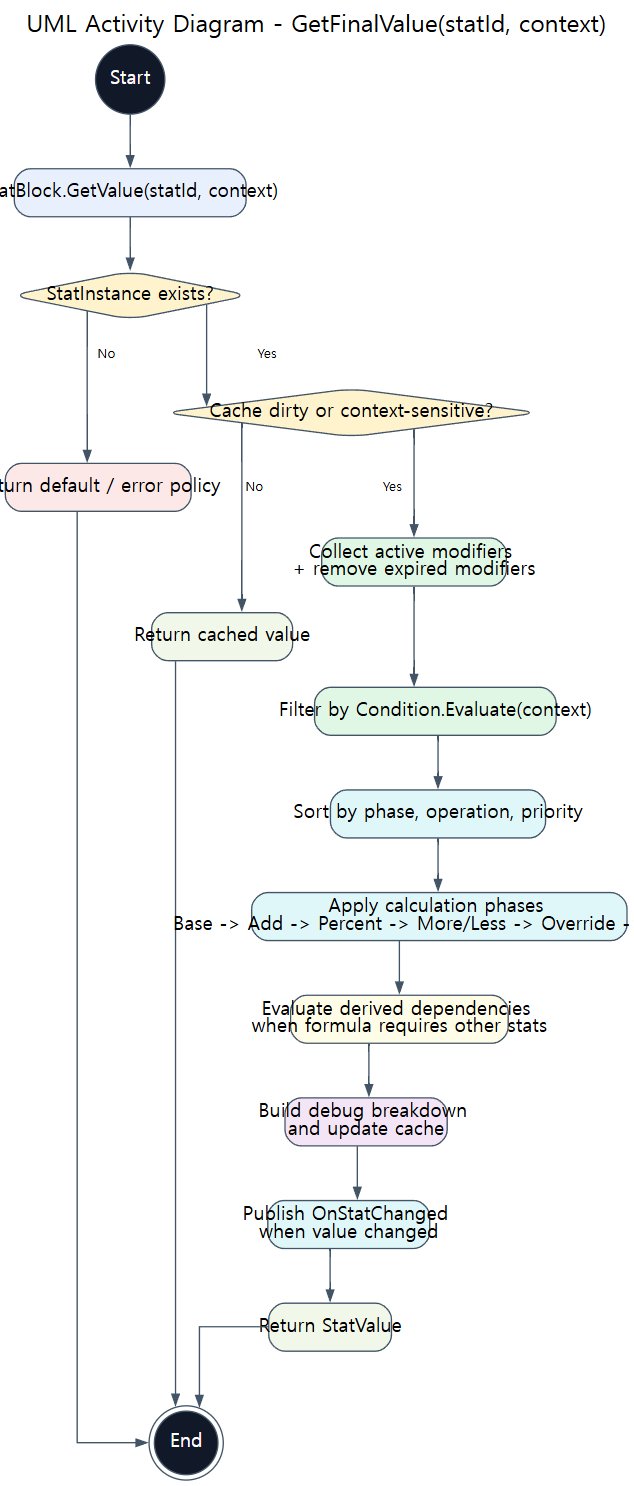
JY-LemongO/game-system-framework-knowledge-site keeps this Graphviz diagram as assets/diagrams/04_calculation_activity_diagram.png. Above is the earlier version. Its source is kept beside it as source/diagrams/04_calculation_activity_diagram.dot.
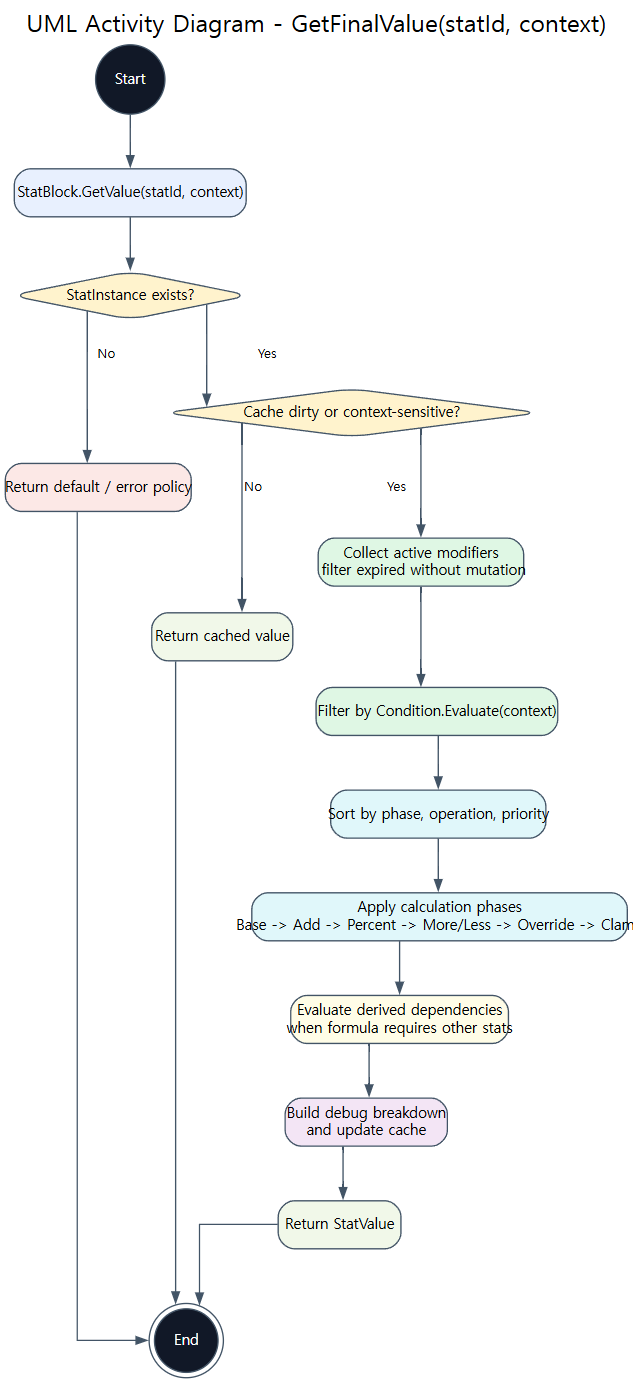
The same file after the commit.

Change to the diagram source:
```diff
@@ -9,7 +9,7 @@
 	dirty [label="Cache dirty or context-sensitive?" fillcolor="#FFF3CD" shape=diamond]
 	cache [label="Return cached value" fillcolor="#F1F8E9" shape=box]
 	collect [label="Collect active modifiers
-+ remove expired modifiers" fillcolor="#DFF7E4" shape=box]
+ filter expired without mutation" fillcolor="#DFF7E4" shape=box]
 	filter [label="Filter by Condition.Evaluate(context)" fillcolor="#DFF7E4" shape=box]
 	sort [label="Sort by phase, operation, priority" fillcolor="#E0F7FA" shape=box]
 	apply [label="Apply calculation phases
@@ -18,8 +18,6 @@
 when formula requires other stats" fillcolor="#FFFDE7" shape=box]
 	breakdown [label="Build debug breakdown
 and update cache" fillcolor="#F3E5F5" shape=box]
-	publish [label="Publish OnStatChanged
-when value changed" fillcolor="#E0F7FA" shape=box]
 	return [label="Return StatValue" fillcolor="#F1F8E9" shape=box]
 	end [label=End fillcolor="#111827" fontcolor=white shape=doublecircle width=0.35]
 	start -> query
@@ -35,7 +33,6 @@
 	sort -> apply
 	apply -> derived
 	derived -> breakdown
-	breakdown -> publish
-	publish -> return
+	breakdown -> return
 	return -> end
 }
```
